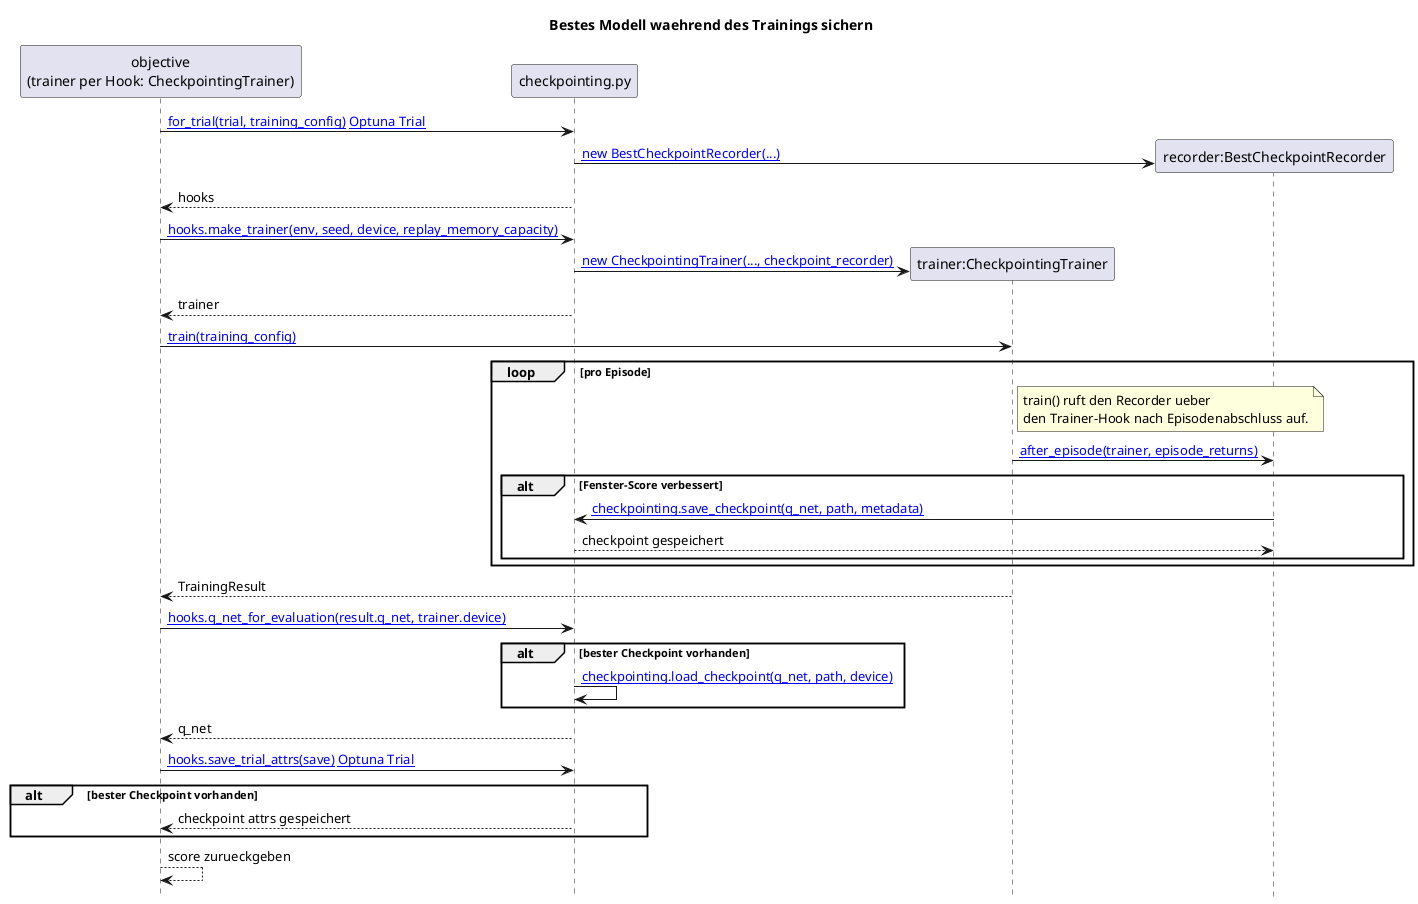
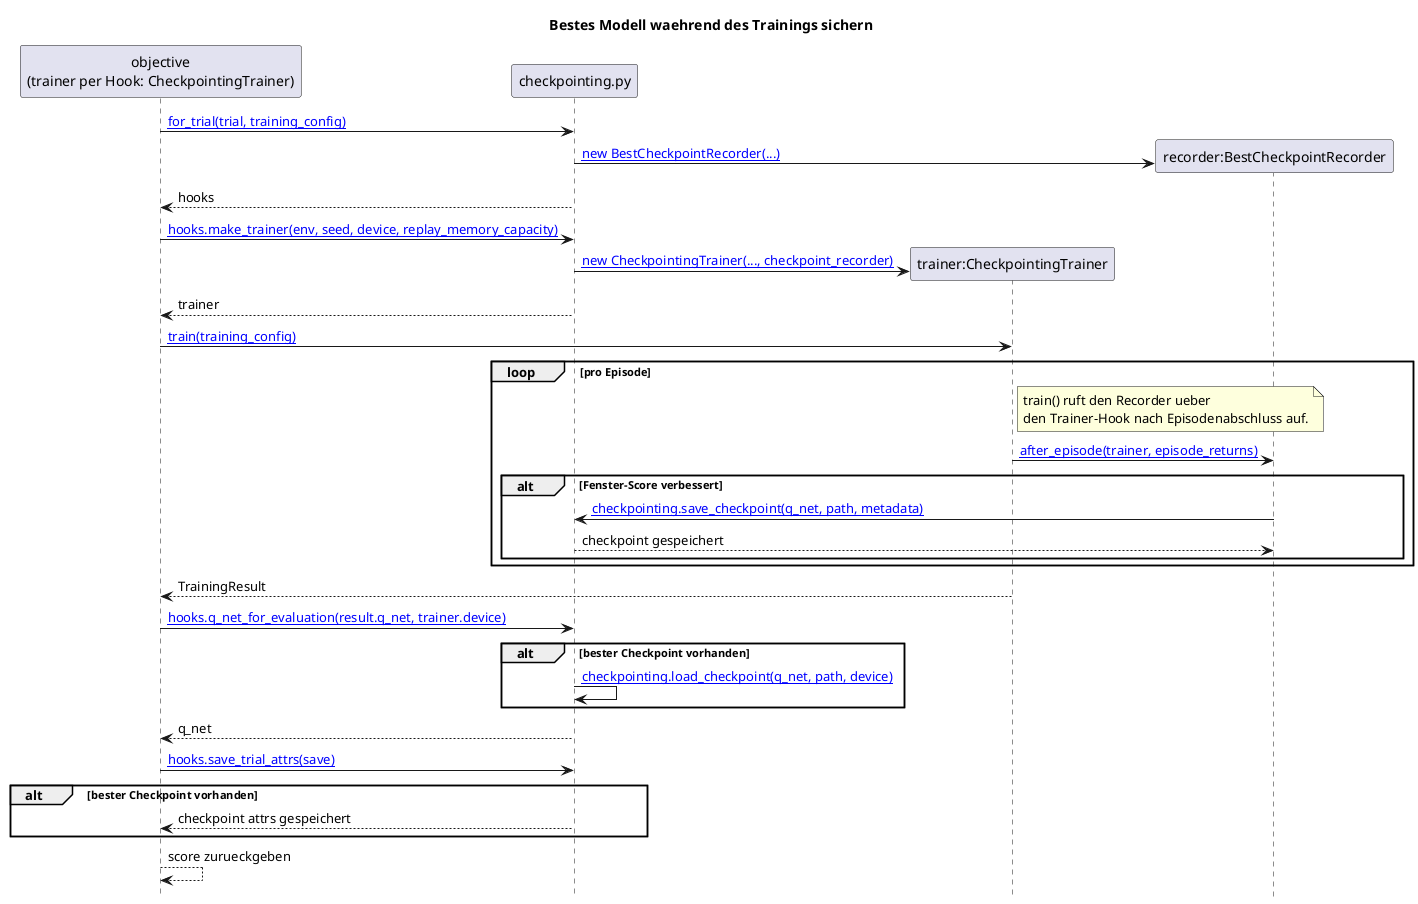
@startuml
title Bestes Modell waehrend des Trainings sichern

hide footbox

participant "objective\n(trainer per Hook: CheckpointingTrainer)" as Objective
participant "checkpointing.py" as Checkpointing
participant "trainer:CheckpointingTrainer" as Trainer
participant "recorder:BestCheckpointRecorder" as Recorder

url of Objective is [[vscode://file/C:/Users/mwehle/Documents/_P/KI/rl_lab/hpo/src/hpo/objective.py:142:1]]
url of Checkpointing is [[vscode://file/C:/Users/mwehle/Documents/_P/KI/rl_lab/hpo/src/hpo/checkpointing.py:1:1]]
url of Trainer is [[vscode://file/C:/Users/mwehle/Documents/_P/KI/rl_lab/hpo/src/hpo/checkpointing.py:72:1]]
url of Recorder is [[vscode://file/C:/Users/mwehle/Documents/_P/KI/rl_lab/hpo/src/hpo/checkpointing.py:23:1]]

- Objective -> Checkpointing: [[vscode://file/C:/Users/mwehle/Documents/_P/KI/rl_lab/hpo/src/hpo/checkpointing.py:115:1 for_trial(trial, training_config)]] [[https://optuna.readthedocs.io/en/stable/reference/generated/optuna.trial.Trial.html Optuna Trial]]
+ Objective -> Checkpointing: [[vscode://file/C:/Users/mwehle/Documents/_P/KI/rl_lab/hpo/src/hpo/checkpointing.py:115:1 for_trial(trial, training_config)]]
create Recorder
Checkpointing -> Recorder: [[vscode://file/C:/Users/mwehle/Documents/_P/KI/rl_lab/hpo/src/hpo/checkpointing.py:120:1 new BestCheckpointRecorder(...)]]
Checkpointing --> Objective: hooks

Objective -> Checkpointing: [[vscode://file/C:/Users/mwehle/Documents/_P/KI/rl_lab/hpo/src/hpo/checkpointing.py:145:1 hooks.make_trainer(env, seed, device, replay_memory_capacity)]]
create Trainer
Checkpointing -> Trainer: [[vscode://file/C:/Users/mwehle/Documents/_P/KI/rl_lab/hpo/src/hpo/checkpointing.py:153:1 new CheckpointingTrainer(..., checkpoint_recorder)]]
Checkpointing --> Objective: trainer

Objective -> Trainer: [[vscode://file/C:/Users/mwehle/Documents/_P/KI/rl_lab/dqn/src/dqn/vector_training.py:166:1 train(training_config)]]

loop pro Episode
    note right of Trainer
        train() ruft den Recorder ueber
        den Trainer-Hook nach Episodenabschluss auf.
    end note
    Trainer -> Recorder: [[vscode://file/C:/Users/mwehle/Documents/_P/KI/rl_lab/hpo/src/hpo/checkpointing.py:49:1 after_episode(trainer, episode_returns)]]
    alt Fenster-Score verbessert
        Recorder -> Checkpointing: [[vscode://file/C:/Users/mwehle/Documents/_P/KI/rl_lab/hpo/src/hpo/checkpointing.py:177:1 checkpointing.save_checkpoint(q_net, path, metadata)]]
        Checkpointing --> Recorder: checkpoint gespeichert
    end
end

Trainer --> Objective: TrainingResult

Objective -> Checkpointing: [[vscode://file/C:/Users/mwehle/Documents/_P/KI/rl_lab/hpo/src/hpo/checkpointing.py:161:1 hooks.q_net_for_evaluation(result.q_net, trainer.device)]]
alt bester Checkpoint vorhanden
    Checkpointing -> Checkpointing: [[vscode://file/C:/Users/mwehle/Documents/_P/KI/rl_lab/hpo/src/hpo/checkpointing.py:194:1 checkpointing.load_checkpoint(q_net, path, device)]]
end
Checkpointing --> Objective: q_net

- Objective -> Checkpointing: [[vscode://file/C:/Users/mwehle/Documents/_P/KI/rl_lab/hpo/src/hpo/checkpointing.py:166:1 hooks.save_trial_attrs(save)]] [[https://optuna.readthedocs.io/en/stable/reference/generated/optuna.trial.Trial.html Optuna Trial]]
+ Objective -> Checkpointing: [[vscode://file/C:/Users/mwehle/Documents/_P/KI/rl_lab/hpo/src/hpo/checkpointing.py:166:1 hooks.save_trial_attrs(save)]]
alt bester Checkpoint vorhanden
    Checkpointing --> Objective: checkpoint attrs gespeichert
end

Objective --> Objective: score zurueckgeben

@enduml
